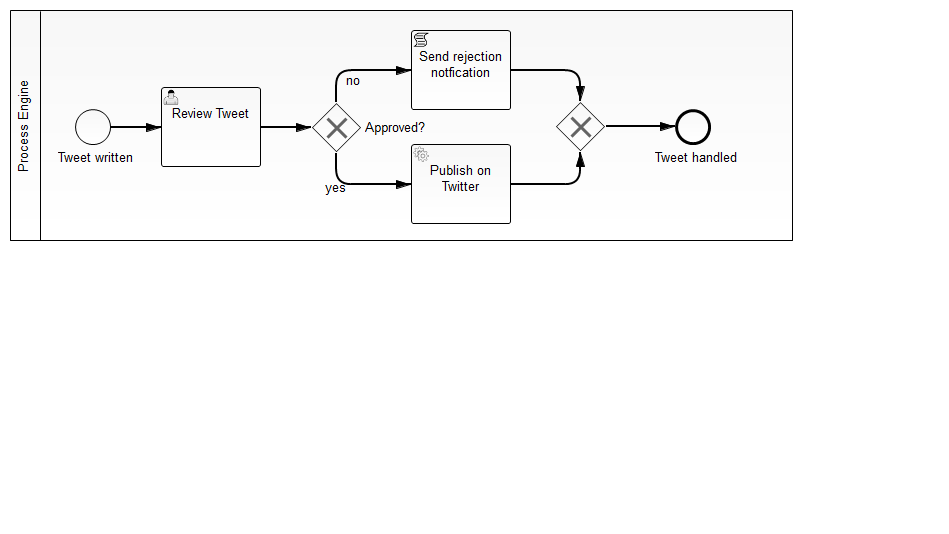
Before: snippets/twitter-qa/src/main/resources/process.png, a diagram exported from BPMN (camunda-consulting/camunda-7-code-examples). Its source is kept beside it as snippets/twitter-qa/src/main/resources/process.bpmn. Ids are renumbered.
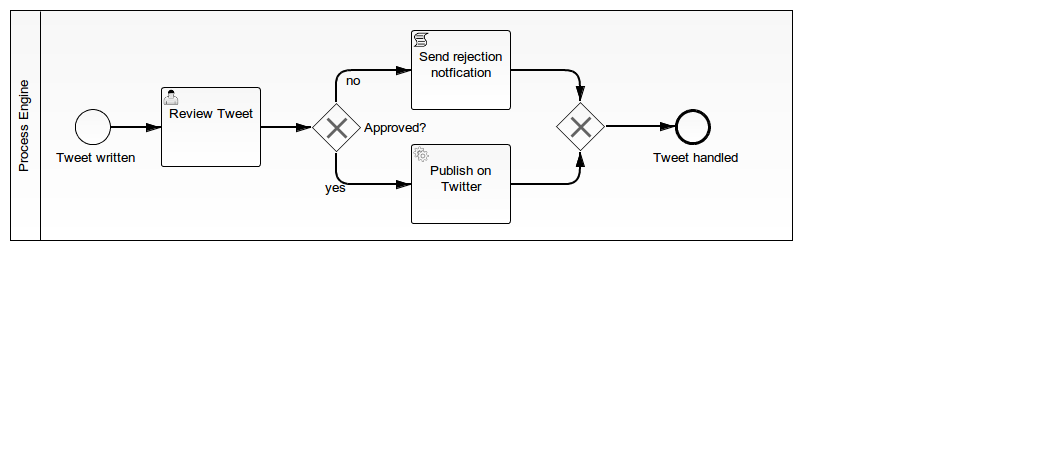
The same file after the commit.

What changed in the source:
```diff
@@ -9,7 +9,7 @@
     <bpmn2:endEvent id="EndEvent_1" name="Tweet handled">
       <bpmn2:incoming>SequenceFlow_8</bpmn2:incoming>
     </bpmn2:endEvent>
-    <bpmn2:userTask id="UserTask_1" camunda:candidateGroups="management" camunda:formKey="app:forms/jsf/task-form.jsf" name="Review Tweet">
+    <bpmn2:userTask id="UserTask_1" camunda:candidateGroups="management" camunda:formKey="embedded:app:forms/embedded/task-form.html" name="Review Tweet">
       <bpmn2:incoming>SequenceFlow_2</bpmn2:incoming>
       <bpmn2:outgoing>SequenceFlow_3</bpmn2:outgoing>
     </bpmn2:userTask>
@@ -25,15 +25,15 @@
       <bpmn2:outgoing>SequenceFlow_7</bpmn2:outgoing>
     </bpmn2:serviceTask>
     <bpmn2:sequenceFlow id="SequenceFlow_4" name="yes" sourceRef="ExclusiveGateway_1" targetRef="ServiceTask_1">
-      <bpmn2:conditionExpression xsi:type="bpmn2:tFormalExpression">${approved}</bpmn2:conditionExpression>
+      <bpmn2:conditionExpression xsi:type="bpmn2:tFormalExpression">${tweet.approved}</bpmn2:conditionExpression>
     </bpmn2:sequenceFlow>
     <bpmn2:scriptTask id="ServiceTask_2" name="Send rejection notfication" scriptFormat="JavaScript">
       <bpmn2:incoming>SequenceFlow_5</bpmn2:incoming>
       <bpmn2:outgoing>SequenceFlow_6</bpmn2:outgoing>
-      <bpmn2:script>println('Send rejection notification');</bpmn2:script>
+      <bpmn2:script>print('Send rejection notification\n');</bpmn2:script>
     </bpmn2:scriptTask>
     <bpmn2:sequenceFlow id="SequenceFlow_5" name="no" sourceRef="ExclusiveGateway_1" targetRef="ServiceTask_2">
-      <bpmn2:conditionExpression xsi:type="bpmn2:tFormalExpression">${!approved}</bpmn2:conditionExpression>
+      <bpmn2:conditionExpression xsi:type="bpmn2:tFormalExpression">${!tweet.approved}</bpmn2:conditionExpression>
     </bpmn2:sequenceFlow>
     <bpmn2:exclusiveGateway id="ExclusiveGateway_2">
       <bpmn2:incoming>SequenceFlow_6</bpmn2:incoming>
```
